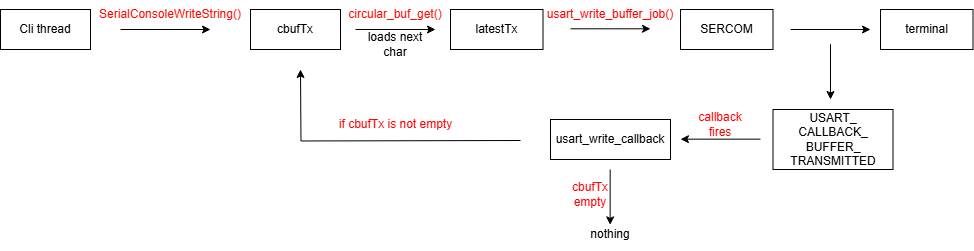
Before: a07g_images/transmit_diagram.drawio.png, a diagram exported from draw.io (ese5160/final-project-a07g-a14g-t02-a-p-a-t-h-y). Source tidied: cells renumbered, new cells last; positions are measured from the earlier drawing's top-left corner, leaving out a move shared by most shapes.
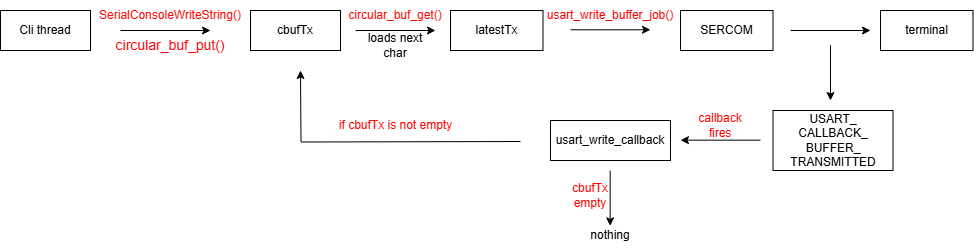
Above is the later version.

What changed in the source:
```diff
@@ -98,5 +98,8 @@
     <mxCell id="25" value="&lt;font style=&quot;color: rgb(255, 0, 0);&quot;&gt;if cbufTx is not empty&lt;/font&gt;" style="text;html=1;align=center;verticalAlign=middle;whiteSpace=wrap;rounded=0;" parent="1" vertex="1">
       <mxGeometry x="333" y="110" width="125" height="30" as="geometry" />
     </mxCell>
+    <mxCell id="26" value="&lt;div style=&quot;font-size: 14px; line-height: 19px; white-space: pre;&quot;&gt;&lt;span style=&quot;background-color: rgb(255, 255, 255);&quot;&gt;&lt;font style=&quot;color: rgb(255, 0, 0);&quot;&gt;circular_buf_put()&lt;/font&gt;&lt;/span&gt;&lt;/div&gt;" style="text;html=1;align=center;verticalAlign=middle;whiteSpace=wrap;rounded=0;" parent="1" vertex="1">
+      <mxGeometry x="140" y="30" width="60" height="30" as="geometry" />
+    </mxCell>
   </root>
 </mxGraphModel>
```
